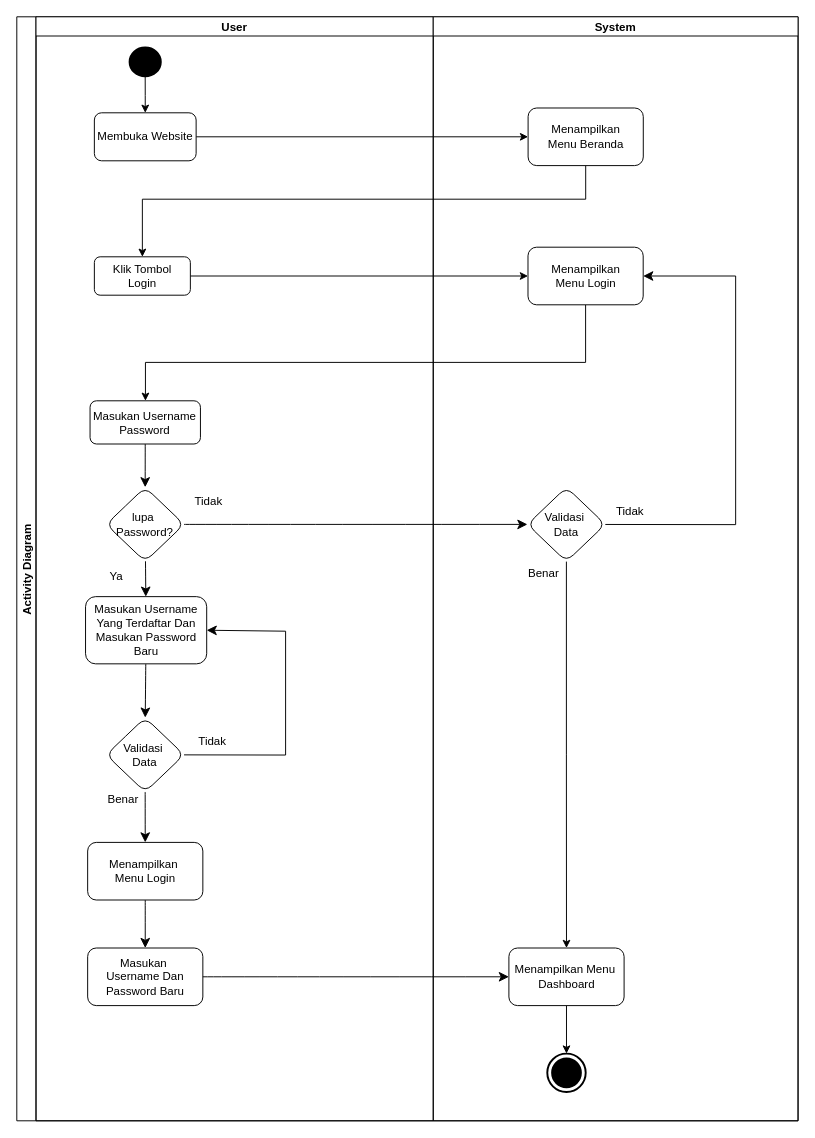
The draw.io diagram Activity Diagram Login.drawio in abdraiin/Sistem-Rekomendasi-Konten, before the edit. Source tidied: cells renumbered, new cells numbered last; positions are measured from the earlier drawing's top-left corner, leaving out a move shared by most shapes. Both pictures are drawn from the tidied source at 96%, with x=0, y=0 at pixel (16, 16).
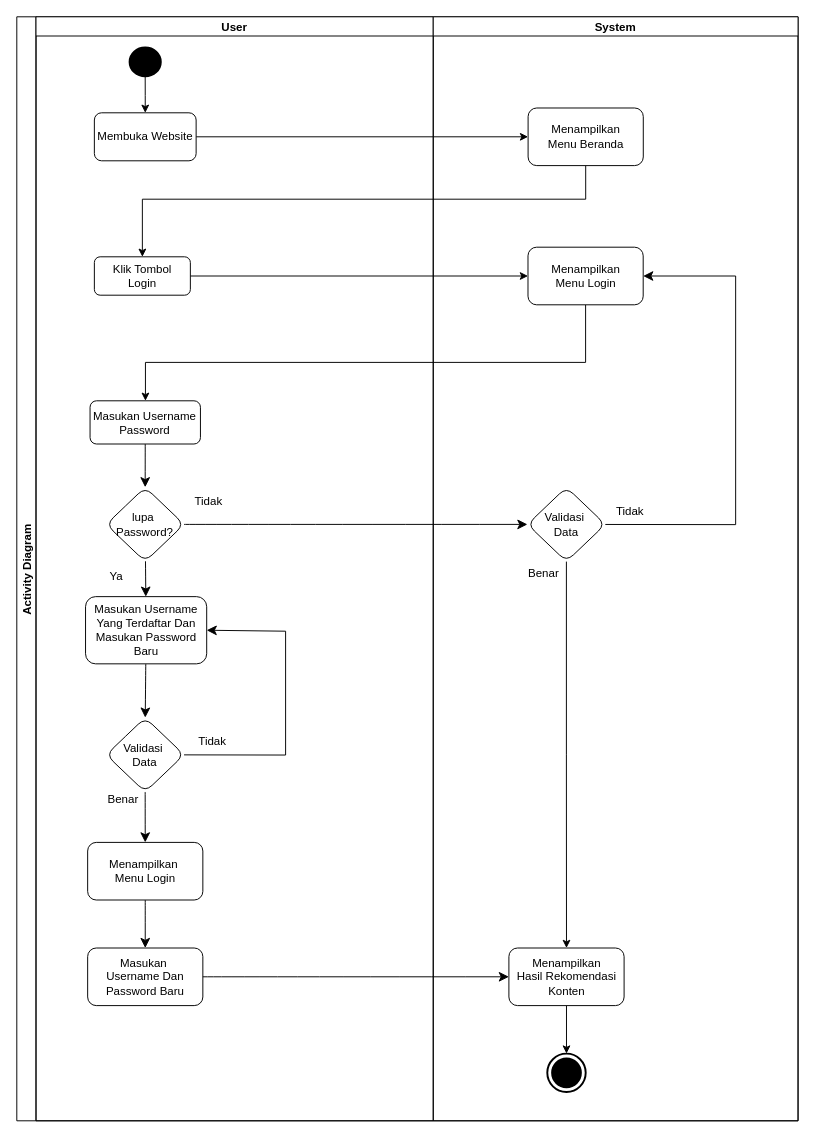
Above is the later version.

The change refers to these unchanged cells:
```xml
<mxCell id="29" value="System" style="swimlane;startSize=20;" parent="2" vertex="1">
  <mxGeometry x="433.8" width="380" height="1150" as="geometry" />
</mxCell>
```

Diff of the diagram source:
```diff
@@
-    <mxCell id="37" value="Menampilkan Menu&amp;nbsp;&lt;div&gt;Dashboard&lt;/div&gt;" style="whiteSpace=wrap;html=1;rounded=1;" parent="29" vertex="1">
+    <mxCell id="37" value="Menampilkan&lt;div&gt;Hasil Rekomendasi&lt;/div&gt;&lt;div&gt;Konten&lt;/div&gt;" style="whiteSpace=wrap;html=1;rounded=1;" parent="29" vertex="1">
       <mxGeometry x="78.8" y="970" width="120" height="60" as="geometry" />
     </mxCell>
```
